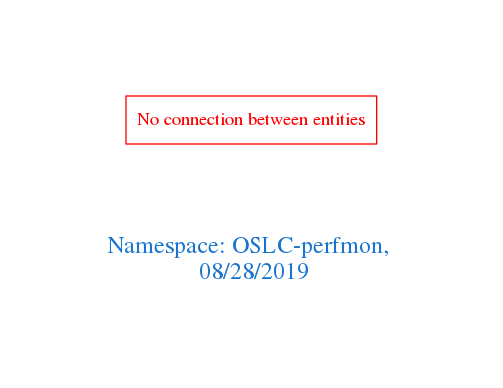
Above: downloads/OSLC-perfmon.png in arago/OGIT (Graphviz), before the change. Its source is kept beside it as downloads/OSLC-perfmon.dot.
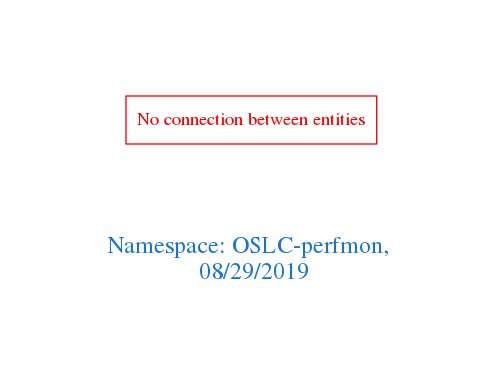
After the change.

Change to the diagram source:
```diff
@@ -1,7 +1,7 @@
 digraph OGIT_ontology {
  graph [ rankdir= LR,pad=1
 fontsize = 18,
-fontcolor= dodgerblue3,label = "\n\n\nNamespace: OSLC-perfmon, \n 08/28/2019"];
+fontcolor= dodgerblue3,label = "\n\n\nNamespace: OSLC-perfmon, \n 08/29/2019"];
 node[shape=polygon];
 edge [  color="gray81"];
 
```
